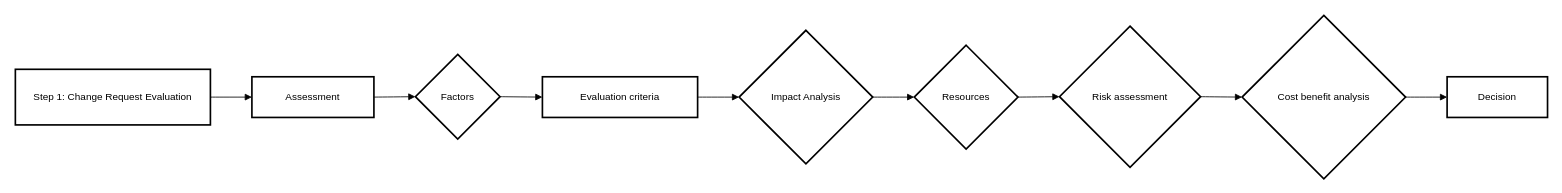
The draw.io diagram graphs/LF6-A23-2024-v2.drawio in BurningPho3nix/vocational-school, before the edit. Source tidied: cells renumbered, new cells numbered last; positions are measured from the earlier drawing's top-left corner, leaving out a move shared by most shapes. Both pictures are drawn from the tidied source at 83%, with x=0, y=0 at pixel (15, 15).
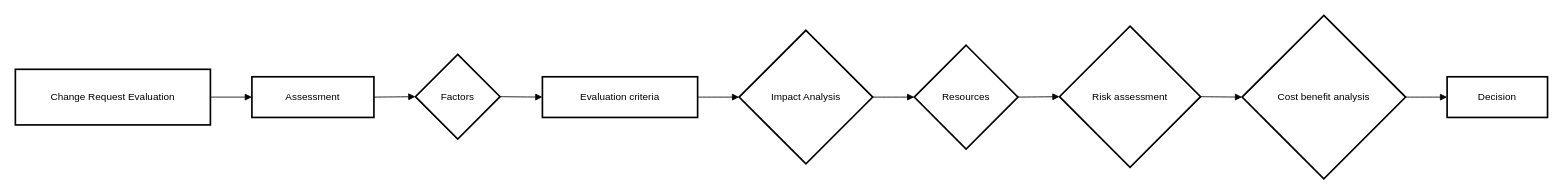
The same diagram, later.

Change to the diagram source:
```diff
@@
 <mxGraphModel>
   <root>
     <mxCell id="0" />
     <mxCell id="1" parent="0" />
-    <mxCell id="2" value="Step 1: Change Request Evaluation" style="whiteSpace=wrap;strokeWidth=2;" parent="1" vertex="1">
+    <mxCell id="2" value="Change Request Evaluation" style="whiteSpace=wrap;strokeWidth=2;" parent="1" vertex="1">
       <mxGeometry y="65" width="235" height="67" as="geometry" />
     </mxCell>
     <mxCell id="3" value="Assessment" style="whiteSpace=wrap;strokeWidth=2;" parent="1" vertex="1">
       <mxGeometry x="285" y="74" width="147" height="49" as="geometry" />
     </mxCell>
     <mxCell id="4" value="Factors" style="rhombus;strokeWidth=2;whiteSpace=wrap;" parent="1" vertex="1">
       <mxGeometry x="482" y="47" width="102" height="102" as="geometry" />
     </mxCell>
     <mxCell id="5" value="Evaluation criteria" style="whiteSpace=wrap;strokeWidth=2;" parent="1" vertex="1">
       <mxGeometry x="635" y="74" width="187" height="49" as="geometry" />
     </mxCell>
     <mxCell id="6" value="Impact Analysis" style="rhombus;strokeWidth=2;whiteSpace=wrap;" parent="1" vertex="1">
       <mxGeometry x="872" y="18" width="161" height="161" as="geometry" />
     </mxCell>
     <mxCell id="7" value="Resources" style="rhombus;strokeWidth=2;whiteSpace=wrap;" parent="1" vertex="1">
       <mxGeometry x="1083" y="36" width="125" height="125" as="geometry" />
     </mxCell>
     <mxCell id="8" value="Risk assessment" style="rhombus;strokeWidth=2;whiteSpace=wrap;" parent="1" vertex="1">
       <mxGeometry x="1258" y="13" width="170" height="170" as="geometry" />
     </mxCell>
     <mxCell id="9" value="Cost benefit analysis" style="rhombus;strokeWidth=2;whiteSpace=wrap;" parent="1" vertex="1">
       <mxGeometry x="1478" width="197" height="197" as="geometry" />
     </mxCell>
     <mxCell id="10" value="Decision" style="whiteSpace=wrap;strokeWidth=2;" parent="1" vertex="1">
       <mxGeometry x="1725" y="74" width="121" height="49" as="geometry" />
     </mxCell>
     <mxCell id="11" style="curved=1;startArrow=none;endArrow=block;exitX=1;exitY=0.5;entryX=0;entryY=0.5;" parent="1" edge="1" source="2" target="3">
       <mxGeometry relative="1" as="geometry" />
     </mxCell>
     <mxCell id="12" style="curved=1;startArrow=none;endArrow=block;exitX=1;exitY=0.5;entryX=0;entryY=0.5;" parent="1" edge="1" source="3" target="4">
       <mxGeometry relative="1" as="geometry" />
     </mxCell>
     <mxCell id="13" style="curved=1;startArrow=none;endArrow=block;exitX=1.01;exitY=0.5;entryX=0;entryY=0.5;" parent="1" edge="1" source="4" target="5">
       <mxGeometry relative="1" as="geometry" />
     </mxCell>
     <mxCell id="14" style="curved=1;startArrow=none;endArrow=block;exitX=1;exitY=0.5;entryX=0;entryY=0.5;" parent="1" edge="1" source="5" target="6">
       <mxGeometry relative="1" as="geometry" />
     </mxCell>
     <mxCell id="15" style="curved=1;startArrow=none;endArrow=block;exitX=1;exitY=0.5;entryX=0;entryY=0.5;" parent="1" edge="1" source="6" target="7">
       <mxGeometry relative="1" as="geometry" />
     </mxCell>
     <mxCell id="16" style="curved=1;startArrow=none;endArrow=block;exitX=1;exitY=0.5;entryX=0;entryY=0.5;" parent="1" edge="1" source="7" target="8">
       <mxGeometry relative="1" as="geometry" />
     </mxCell>
     <mxCell id="17" style="curved=1;startArrow=none;endArrow=block;exitX=1;exitY=0.5;entryX=0;entryY=0.5;" parent="1" edge="1" source="8" target="9">
       <mxGeometry relative="1" as="geometry" />
     </mxCell>
     <mxCell id="18" style="curved=1;startArrow=none;endArrow=block;exitX=1;exitY=0.5;entryX=0;entryY=0.5;" parent="1" edge="1" source="9" target="10">
       <mxGeometry relative="1" as="geometry" />
     </mxCell>
   </root>
 </mxGraphModel>
```
